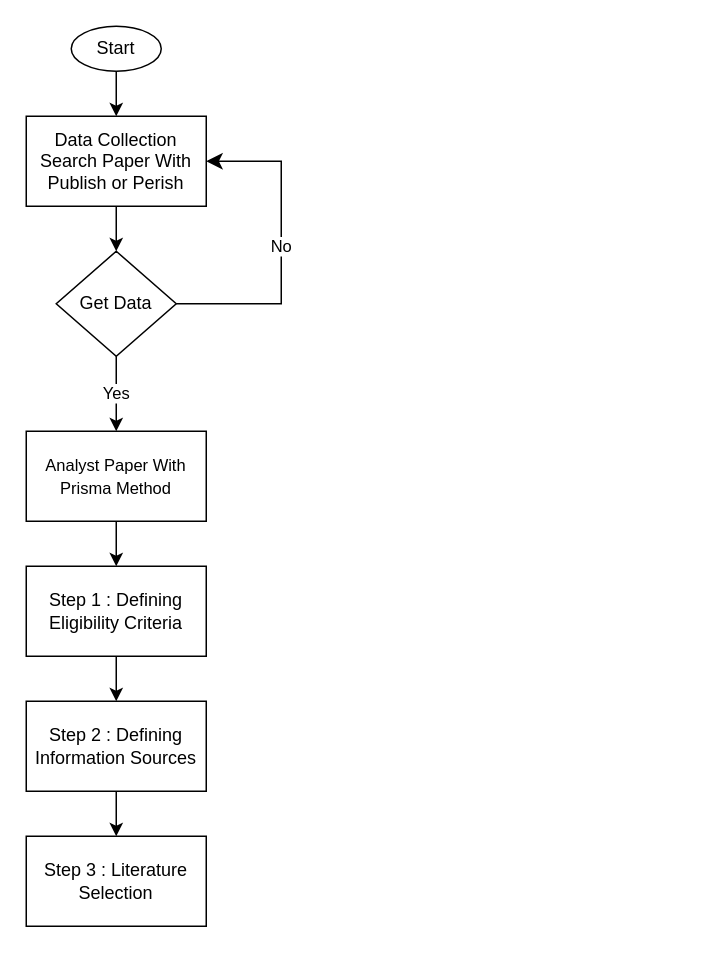
Earlier version of the draw.io diagram Design Database/Bu Yus.drawio (wahyupambudi/project-travel). Source tidied: cells renumbered, new cells numbered last; positions are measured from the earlier drawing's top-left corner, leaving out a move shared by most shapes. Both pictures are drawn from the tidied source at 150%, with x=0, y=0 at pixel (26, 26).
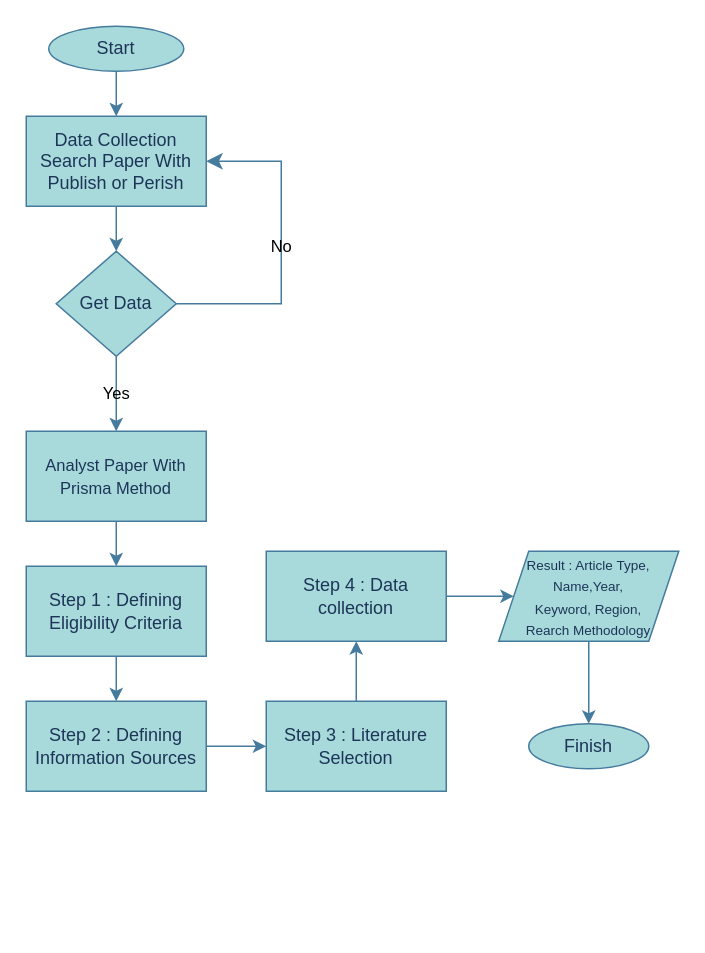
The same page after the edit.

The edit, as a diff of the source:
```diff
@@
-    <mxCell id="2" style="edgeStyle=orthogonalEdgeStyle;rounded=0;jettySize=auto;html=1;" parent="1" edge="1" source="3" target="5">
+    <mxCell id="2" style="edgeStyle=orthogonalEdgeStyle;rounded=0;jettySize=auto;html=1;labelBackgroundColor=none;strokeColor=#457B9D;fontColor=default;" parent="1" edge="1" source="3" target="5">
       <mxGeometry relative="1" as="geometry" />
     </mxCell>
-    <mxCell id="3" value="Start" style="ellipse;whiteSpace=wrap;html=1;" parent="1" vertex="1">
-      <mxGeometry x="30" width="60" height="30" as="geometry" />
+    <mxCell id="3" value="Start" style="ellipse;whiteSpace=wrap;html=1;labelBackgroundColor=none;fillColor=#A8DADC;strokeColor=#457B9D;fontColor=#1D3557;" parent="1" vertex="1">
+      <mxGeometry x="15" width="90" height="30" as="geometry" />
     </mxCell>
-    <mxCell id="4" style="edgeStyle=orthogonalEdgeStyle;rounded=0;jettySize=auto;html=1;" parent="1" edge="1" source="5" target="7">
+    <mxCell id="4" style="edgeStyle=orthogonalEdgeStyle;rounded=0;jettySize=auto;html=1;labelBackgroundColor=none;strokeColor=#457B9D;fontColor=default;" parent="1" edge="1" source="5" target="7">
       <mxGeometry relative="1" as="geometry" />
     </mxCell>
-    <mxCell id="5" value="&lt;div&gt;Data Collection&lt;/div&gt;&lt;div&gt;Search Paper With Publish or Perish&lt;br&gt;&lt;/div&gt;" style="whiteSpace=wrap;html=1;" parent="1" vertex="1">
+    <mxCell id="5" value="&lt;div&gt;Data Collection&lt;/div&gt;&lt;div&gt;Search Paper With Publish or Perish&lt;br&gt;&lt;/div&gt;" style="whiteSpace=wrap;html=1;labelBackgroundColor=none;fillColor=#A8DADC;strokeColor=#457B9D;fontColor=#1D3557;" parent="1" vertex="1">
       <mxGeometry y="60" width="120" height="60" as="geometry" />
     </mxCell>
-    <mxCell id="6" value="Yes" style="edgeStyle=orthogonalEdgeStyle;rounded=0;jettySize=auto;html=1;" parent="1" edge="1" source="7" target="10">
+    <mxCell id="6" value="Yes" style="edgeStyle=orthogonalEdgeStyle;rounded=0;jettySize=auto;html=1;labelBackgroundColor=none;strokeColor=#457B9D;fontColor=default;" parent="1" edge="1" source="7" target="10">
       <mxGeometry relative="1" as="geometry" />
     </mxCell>
-    <mxCell id="7" value="Get Data" style="rhombus;whiteSpace=wrap;html=1;" parent="1" vertex="1">
+    <mxCell id="7" value="Get Data" style="rhombus;whiteSpace=wrap;html=1;labelBackgroundColor=none;fillColor=#A8DADC;strokeColor=#457B9D;fontColor=#1D3557;" parent="1" vertex="1">
       <mxGeometry x="20" y="150" width="80" height="70" as="geometry" />
     </mxCell>
-    <mxCell id="8" value="No" style="edgeStyle=elbowEdgeStyle;elbow=vertical;endArrow=classic;html=1;curved=0;rounded=0;endSize=8;startSize=8;exitX=1;exitY=0.5;exitDx=0;exitDy=0;entryX=1;entryY=0.5;entryDx=0;entryDy=0;" parent="1" edge="1" source="7" target="5">
+    <mxCell id="8" value="No" style="edgeStyle=elbowEdgeStyle;elbow=vertical;endArrow=classic;html=1;curved=0;rounded=0;endSize=8;startSize=8;exitX=1;exitY=0.5;exitDx=0;exitDy=0;entryX=1;entryY=0.5;entryDx=0;entryDy=0;labelBackgroundColor=none;strokeColor=#457B9D;fontColor=default;" parent="1" edge="1" source="7" target="5">
       <mxGeometry relative="1" as="geometry">
         <Array as="points">
           <mxPoint x="170" y="140" />
         </Array>
       </mxGeometry>
     </mxCell>
-    <mxCell id="9" style="edgeStyle=orthogonalEdgeStyle;rounded=0;jettySize=auto;html=1;fontSize=11;" parent="1" edge="1" source="10" target="12">
+    <mxCell id="9" style="edgeStyle=orthogonalEdgeStyle;rounded=0;jettySize=auto;html=1;fontSize=11;labelBackgroundColor=none;strokeColor=#457B9D;fontColor=default;" parent="1" edge="1" source="10" target="12">
       <mxGeometry relative="1" as="geometry" />
     </mxCell>
-    <mxCell id="10" value="&lt;font style=&quot;font-size: 11px;&quot;&gt;Analyst Paper With Prisma Method&lt;/font&gt;" style="whiteSpace=wrap;html=1;" parent="1" vertex="1">
+    <mxCell id="10" value="&lt;font style=&quot;font-size: 11px;&quot;&gt;Analyst Paper With Prisma Method&lt;/font&gt;" style="whiteSpace=wrap;html=1;labelBackgroundColor=none;fillColor=#A8DADC;strokeColor=#457B9D;fontColor=#1D3557;" parent="1" vertex="1">
       <mxGeometry y="270" width="120" height="60" as="geometry" />
     </mxCell>
-    <mxCell id="11" style="edgeStyle=orthogonalEdgeStyle;rounded=0;jettySize=auto;html=1;fontSize=11;" parent="1" edge="1" source="12" target="14">
+    <mxCell id="11" style="edgeStyle=orthogonalEdgeStyle;rounded=0;jettySize=auto;html=1;fontSize=11;labelBackgroundColor=none;strokeColor=#457B9D;fontColor=default;" parent="1" edge="1" source="12" target="14">
       <mxGeometry relative="1" as="geometry" />
     </mxCell>
-    <mxCell id="12" value="Step 1 : Defining Eligibility Criteria" style="whiteSpace=wrap;html=1;" parent="1" vertex="1">
+    <mxCell id="12" value="Step 1 : Defining Eligibility Criteria" style="whiteSpace=wrap;html=1;labelBackgroundColor=none;fillColor=#A8DADC;strokeColor=#457B9D;fontColor=#1D3557;" parent="1" vertex="1">
       <mxGeometry y="360" width="120" height="60" as="geometry" />
     </mxCell>
-    <mxCell id="13" style="edgeStyle=orthogonalEdgeStyle;rounded=0;jettySize=auto;html=1;fontSize=11;" parent="1" edge="1" source="14" target="15">
+    <mxCell id="13" style="edgeStyle=orthogonalEdgeStyle;rounded=0;jettySize=auto;html=1;fontSize=11;labelBackgroundColor=none;strokeColor=#457B9D;fontColor=default;" parent="1" edge="1" source="14" target="15">
       <mxGeometry relative="1" as="geometry" />
     </mxCell>
-    <mxCell id="14" value="Step 2 : Defining Information Sources" style="whiteSpace=wrap;html=1;" parent="1" vertex="1">
+    <mxCell id="14" value="Step 2 : Defining Information Sources" style="whiteSpace=wrap;html=1;labelBackgroundColor=none;fillColor=#A8DADC;strokeColor=#457B9D;fontColor=#1D3557;" parent="1" vertex="1">
       <mxGeometry y="450" width="120" height="60" as="geometry" />
     </mxCell>
+    <mxCell id="16" style="edgeStyle=orthogonalEdgeStyle;rounded=0;jettySize=auto;html=1;fontSize=11;labelBackgroundColor=none;strokeColor=#457B9D;fontColor=default;" parent="1" edge="1" source="15" target="18">
+      <mxGeometry relative="1" as="geometry" />
+    </mxCell>
-    <mxCell id="15" value="Step 3 : Literature Selection" style="whiteSpace=wrap;html=1;" parent="1" vertex="1">
-      <mxGeometry y="540" width="120" height="60" as="geometry" />
+    <mxCell id="15" value="Step 3 : Literature Selection" style="whiteSpace=wrap;html=1;labelBackgroundColor=none;fillColor=#A8DADC;strokeColor=#457B9D;fontColor=#1D3557;" parent="1" vertex="1">
+      <mxGeometry x="160" y="450" width="120" height="60" as="geometry" />
     </mxCell>
+    <mxCell id="17" style="edgeStyle=orthogonalEdgeStyle;rounded=0;jettySize=auto;html=1;fontSize=11;labelBackgroundColor=none;strokeColor=#457B9D;fontColor=default;" parent="1" edge="1" source="18" target="20">
+      <mxGeometry relative="1" as="geometry" />
+    </mxCell>
+    <mxCell id="18" value="Step 4 : Data collection" style="whiteSpace=wrap;html=1;labelBackgroundColor=none;fillColor=#A8DADC;strokeColor=#457B9D;fontColor=#1D3557;" parent="1" vertex="1">
+      <mxGeometry x="160" y="350" width="120" height="60" as="geometry" />
+    </mxCell>
+    <mxCell id="19" style="edgeStyle=orthogonalEdgeStyle;rounded=0;jettySize=auto;html=1;fontSize=9;labelBackgroundColor=none;strokeColor=#457B9D;fontColor=default;" parent="1" edge="1" source="20" target="21">
+      <mxGeometry relative="1" as="geometry" />
+    </mxCell>
+    <mxCell id="20" value="&lt;div&gt;&lt;font style=&quot;font-size: 9px;&quot;&gt;Result : Article Type, Name,Year, &lt;br&gt;&lt;/font&gt;&lt;/div&gt;&lt;div&gt;&lt;font style=&quot;font-size: 9px;&quot;&gt;Keyword, Region, &lt;br&gt;&lt;/font&gt;&lt;/div&gt;&lt;div&gt;&lt;font style=&quot;font-size: 9px;&quot;&gt;Rearch Methodology&lt;/font&gt;&lt;/div&gt;" style="shape=parallelogram;perimeter=parallelogramPerimeter;whiteSpace=wrap;html=1;fixedSize=1;labelBackgroundColor=none;fillColor=#A8DADC;strokeColor=#457B9D;fontColor=#1D3557;" parent="1" vertex="1">
+      <mxGeometry x="315" y="350" width="120" height="60" as="geometry" />
+    </mxCell>
+    <mxCell id="21" value="Finish" style="ellipse;whiteSpace=wrap;html=1;labelBackgroundColor=none;fillColor=#A8DADC;strokeColor=#457B9D;fontColor=#1D3557;" parent="1" vertex="1">
+      <mxGeometry x="335" y="465" width="80" height="30" as="geometry" />
+    </mxCell>
```
